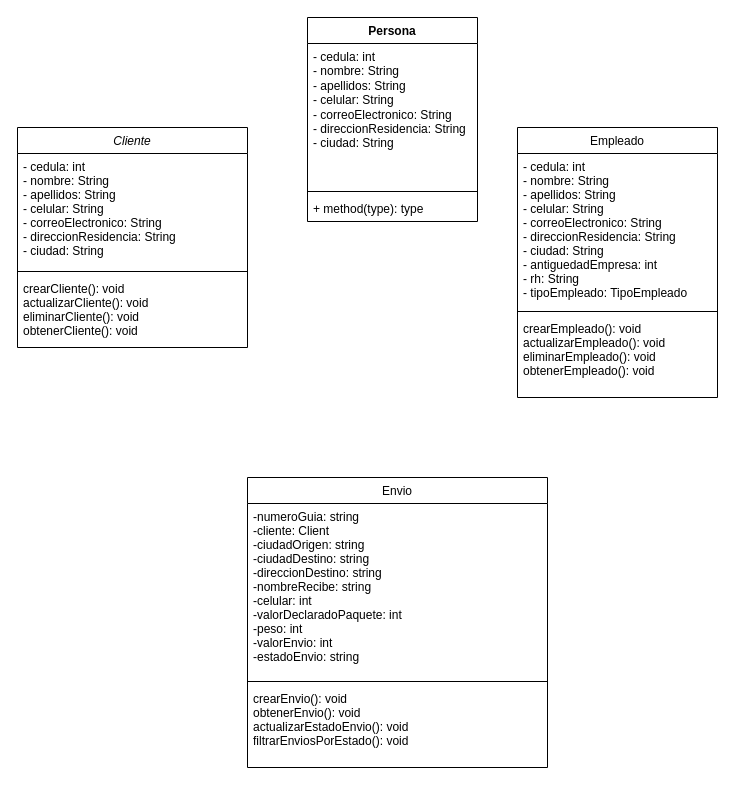
This is Diagrama sin título.drawio from Mafesita23/Mensajeria, a draw.io file, before an edit. Source tidied: cells renumbered, new cells numbered last; positions are measured from the earlier drawing's top-left corner, leaving out a move shared by most shapes. Both pictures are drawn from the tidied source at 100%, with x=0, y=0 at pixel (17, 17).
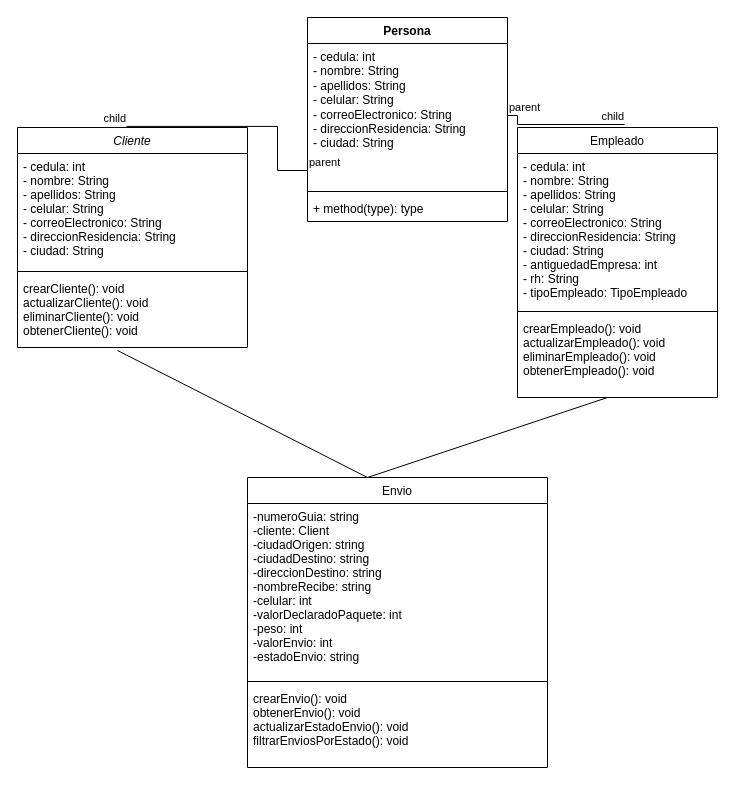
Above is the later version.

Unchanged cells that the change refers to:
```xml
<mxCell id="2" value="Cliente" style="swimlane;fontStyle=2;align=center;verticalAlign=top;horizontal=1;startSize=26;rounded=0;shadow=0;strokeWidth=1;" parent="1" vertex="1">
  <mxGeometry y="110" width="230" height="220" as="geometry" />
</mxCell>
<mxCell id="5" value="crearCliente(): void&#10;actualizarCliente(): void&#10;eliminarCliente(): void&#10;obtenerCliente(): void" style="text;align=left;verticalAlign=top;spacingLeft=4;spacingRight=4;overflow=hidden;points=[[0,0.5],[1,0.5]];portConstraint=eastwest;" parent="2" vertex="1">
  <mxGeometry y="148" width="230" height="72" as="geometry" />
</mxCell>
<mxCell id="10" value="Empleado" style="swimlane;fontStyle=0;align=center;verticalAlign=top;horizontal=1;startSize=26;rounded=0;shadow=0;strokeWidth=1;" parent="1" vertex="1">
  <mxGeometry x="500" y="110" width="200" height="270" as="geometry" />
</mxCell>
```

Diff of the diagram source:
```diff
@@
     <mxCell id="14" value="Persona" style="swimlane;fontStyle=1;align=center;verticalAlign=top;horizontal=1;startSize=26;whiteSpace=wrap;html=1;" parent="1" vertex="1">
-      <mxGeometry x="290" width="170" height="204" as="geometry" />
+      <mxGeometry x="290" width="200" height="204" as="geometry" />
     </mxCell>
     <mxCell id="15" value="&lt;div&gt;- cedula: int&amp;nbsp; &amp;nbsp;&lt;/div&gt;&lt;div&gt;- nombre: String&lt;/div&gt;&lt;div&gt;- apellidos: String&amp;nbsp;&lt;/div&gt;&lt;div&gt;- celular: String&lt;/div&gt;&lt;div&gt;- correoElectronico: String&amp;nbsp;&lt;/div&gt;&lt;div&gt;- direccionResidencia: String&amp;nbsp;&lt;/div&gt;&lt;div&gt;- ciudad: String&amp;nbsp;&lt;/div&gt;" style="text;strokeColor=none;fillColor=none;align=left;verticalAlign=top;spacingLeft=4;spacingRight=4;overflow=hidden;points=[[0,0.5],[1,0.5]];portConstraint=eastwest;whiteSpace=wrap;html=1;" parent="14" vertex="1">
-      <mxGeometry y="26" width="170" height="144" as="geometry" />
+      <mxGeometry y="26" width="200" height="144" as="geometry" />
     </mxCell>
     <mxCell id="16" style="line;strokeWidth=1;fillColor=none;align=left;verticalAlign=middle;spacingTop=-1;spacingLeft=3;spacingRight=3;labelPosition=right;strokeColor=inherit;" parent="14" vertex="1">
-      <mxGeometry y="170" width="170" height="8" as="geometry" />
+      <mxGeometry y="170" width="200" height="8" as="geometry" />
     </mxCell>
     <mxCell id="17" value="+ method(type): type" style="text;strokeColor=none;fillColor=none;align=left;verticalAlign=top;spacingLeft=4;spacingRight=4;overflow=hidden;whiteSpace=wrap;html=1;" parent="14" vertex="1">
-      <mxGeometry y="178" width="170" height="26" as="geometry" />
+      <mxGeometry y="178" width="200" height="26" as="geometry" />
     </mxCell>
+    <mxCell id="18" style="endArrow=none;html=1;edgeStyle=orthogonalEdgeStyle;rounded=0;exitX=0;exitY=0.882;exitDx=0;exitDy=0;exitPerimeter=0;entryX=0.474;entryY=-0.005;entryDx=0;entryDy=0;entryPerimeter=0;" parent="1" edge="1" source="15" target="2">
+      <mxGeometry relative="1" as="geometry" />
+    </mxCell>
+    <mxCell id="19" value="parent" style="edgeLabel;html=1;align=left;verticalAlign=bottom;" parent="18" vertex="1">
+      <mxGeometry x="-1" relative="1" as="geometry" />
+    </mxCell>
+    <mxCell id="20" value="child" style="edgeLabel;html=1;align=right;verticalAlign=bottom;" parent="18" vertex="1">
+      <mxGeometry x="1" relative="1" as="geometry" />
+    </mxCell>
+    <mxCell id="21" style="endArrow=none;html=1;edgeStyle=orthogonalEdgeStyle;rounded=0;entryX=0.535;entryY=-0.011;entryDx=0;entryDy=0;entryPerimeter=0;" parent="1" edge="1" source="15" target="10">
+      <mxGeometry relative="1" as="geometry" />
+    </mxCell>
+    <mxCell id="22" value="parent" style="edgeLabel;html=1;align=left;verticalAlign=bottom;" parent="21" vertex="1">
+      <mxGeometry x="-1" relative="1" as="geometry" />
+    </mxCell>
+    <mxCell id="23" value="child" style="edgeLabel;html=1;align=right;verticalAlign=bottom;" parent="21" vertex="1">
+      <mxGeometry x="1" relative="1" as="geometry" />
+    </mxCell>
+    <mxCell id="24" style="endArrow=none;html=1;rounded=0;exitX=0.435;exitY=1.042;exitDx=0;exitDy=0;exitPerimeter=0;" parent="1" edge="1" source="5">
+      <mxGeometry relative="1" as="geometry">
+        <mxPoint x="350" y="460" as="targetPoint" />
+      </mxGeometry>
+    </mxCell>
+    <mxCell id="25" style="endArrow=none;html=1;rounded=0;" parent="1" edge="1">
+      <mxGeometry relative="1" as="geometry">
+        <mxPoint x="590" y="380" as="sourcePoint" />
+        <mxPoint x="350" y="460" as="targetPoint" />
+      </mxGeometry>
+    </mxCell>
```
